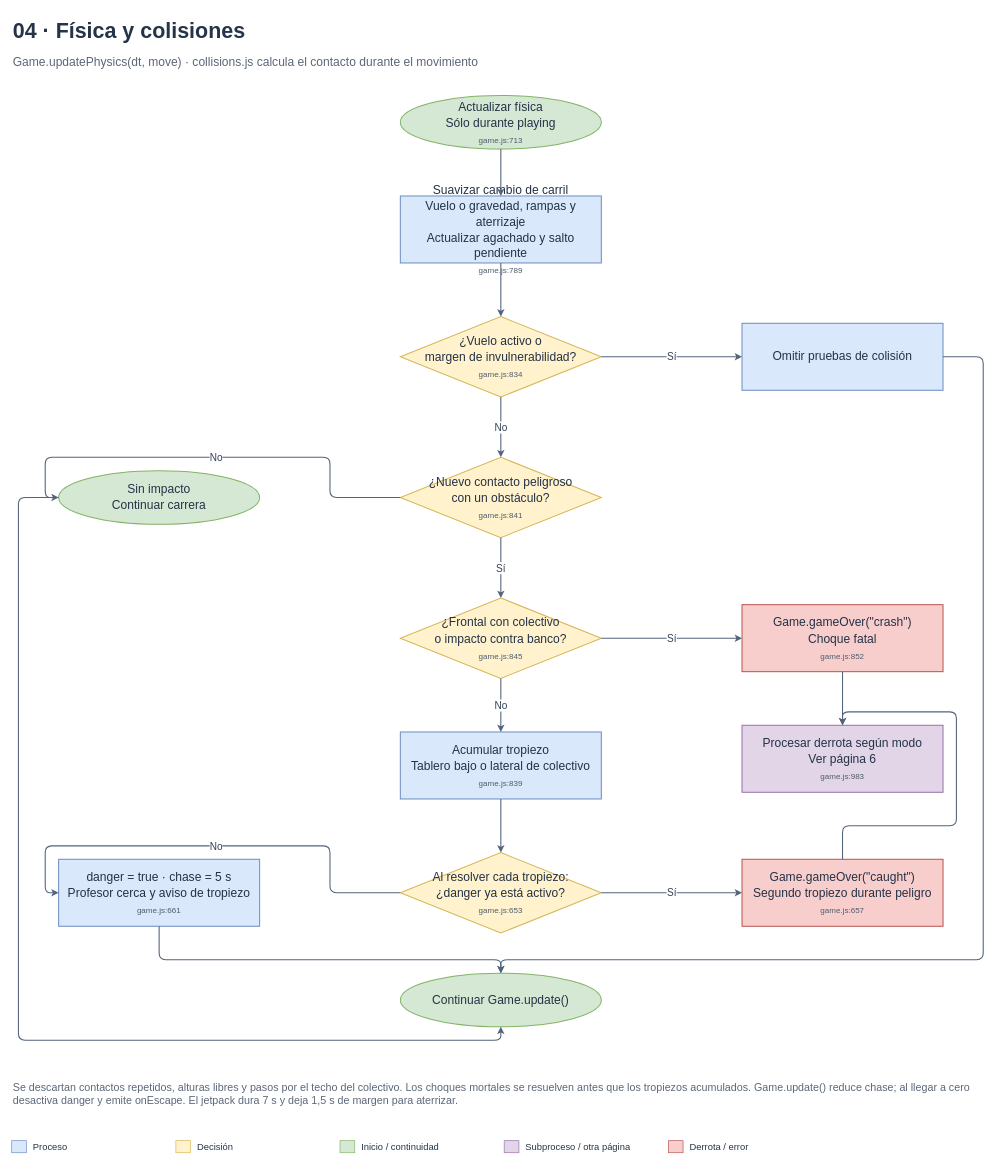
Before: page "04 · Física y colisiones" (4 of 6) of docs/diagrama-flujo.drawio in SESELOVSKYDarian/SubwaySurferReal, a draw.io diagram. Source tidied: cells renumbered, new cells numbered last; positions are measured from the earlier drawing's top-left corner, leaving out a move shared by most shapes. Both pictures are drawn from the tidied source at 67%, with x=0, y=0 at pixel (11, 11).
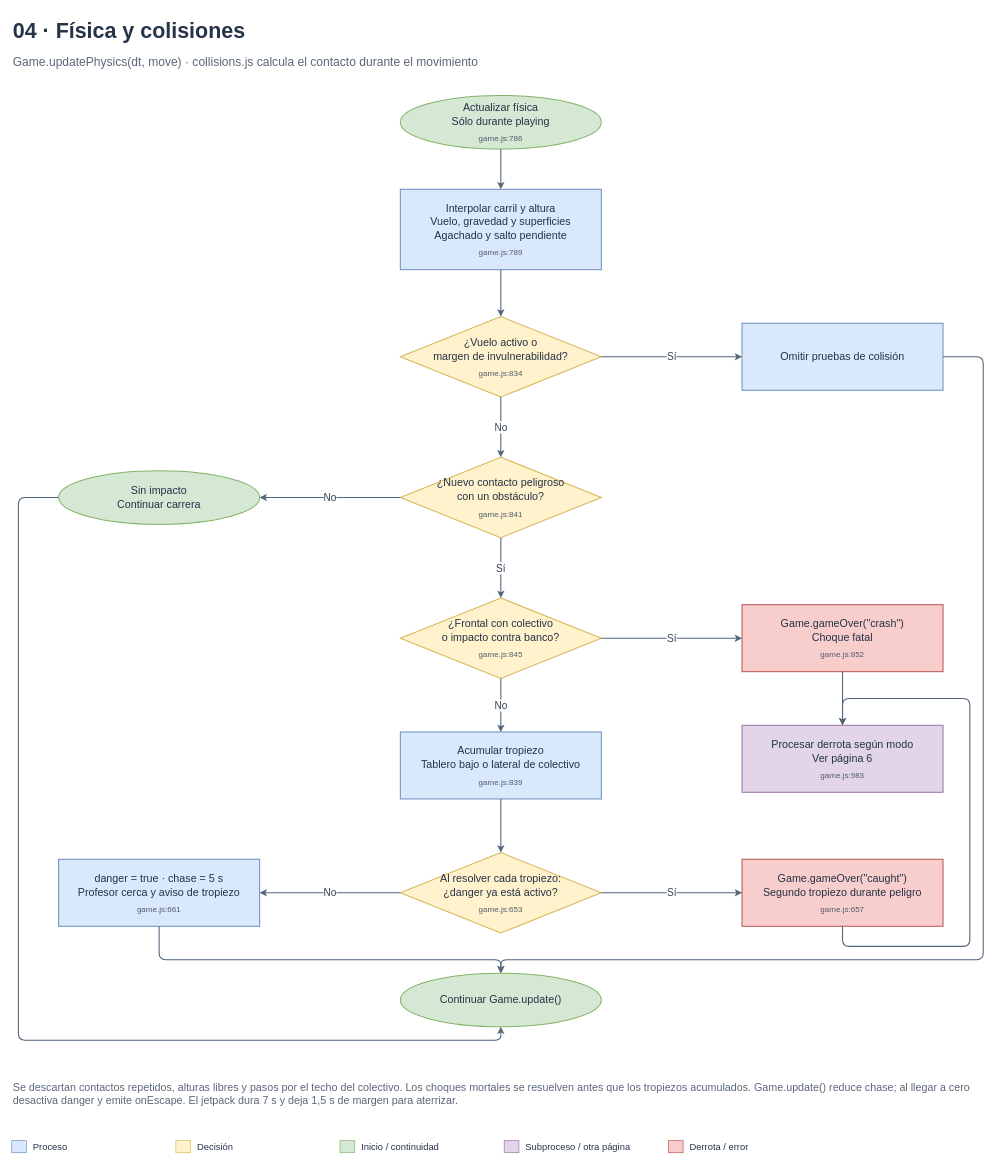
Above is the later version.

Change to the diagram source:
```diff
@@
-    <mxCell id="4" value="&lt;div style=&quot;font-size:18px;line-height:1.3&quot;&gt;Actualizar física&lt;br&gt;Sólo durante playing&lt;/div&gt;&lt;div style=&quot;font-size:12px;color:#4f5b6b;margin-top:7px&quot;&gt;game.js:713&lt;/div&gt;" style="ellipse;whiteSpace=wrap;html=1;fillColor=#d5e8d4;strokeColor=#82b366;strokeWidth=1.5;fontFamily=Helvetica;fontSize=18;fontColor=#243247;spacing=10;" parent="1" vertex="1">
+    <mxCell id="4" value="&lt;div style=&quot;font-size:16px;line-height:1.3&quot;&gt;Actualizar física&lt;br&gt;Sólo durante playing&lt;/div&gt;&lt;div style=&quot;font-size:12px;color:#4f5b6b;margin-top:7px&quot;&gt;game.js:786&lt;/div&gt;" style="ellipse;whiteSpace=wrap;html=1;fillColor=#d5e8d4;strokeColor=#82b366;strokeWidth=1.5;fontFamily=Helvetica;fontSize=18;fontColor=#243247;spacing=10;" parent="1" vertex="1">
       <mxGeometry x="580" y="125" width="300" height="80" as="geometry" />
     </mxCell>
-    <mxCell id="5" value="&lt;div style=&quot;font-size:18px;line-height:1.3&quot;&gt;Suavizar cambio de carril&lt;br&gt;Vuelo o gravedad, rampas y aterrizaje&lt;br&gt;Actualizar agachado y salto pendiente&lt;/div&gt;&lt;div style=&quot;font-size:12px;color:#4f5b6b;margin-top:7px&quot;&gt;game.js:789&lt;/div&gt;" style="rounded=0;whiteSpace=wrap;html=1;fillColor=#dae8fc;strokeColor=#6c8ebf;strokeWidth=1.5;fontFamily=Helvetica;fontSize=18;fontColor=#243247;spacing=10;" parent="1" vertex="1">
-      <mxGeometry x="580" y="275" width="300" height="100" as="geometry" />
+    <mxCell id="5" value="&lt;div style=&quot;font-size:16px;line-height:1.3&quot;&gt;Interpolar carril y altura&lt;br&gt;Vuelo, gravedad y superficies&lt;br&gt;Agachado y salto pendiente&lt;/div&gt;&lt;div style=&quot;font-size:12px;color:#4f5b6b;margin-top:7px&quot;&gt;game.js:789&lt;/div&gt;" style="rounded=0;whiteSpace=wrap;html=1;fillColor=#dae8fc;strokeColor=#6c8ebf;strokeWidth=1.5;fontFamily=Helvetica;fontSize=18;fontColor=#243247;spacing=10;" parent="1" vertex="1">
+      <mxGeometry x="580" y="265" width="300" height="120" as="geometry" />
     </mxCell>
-    <mxCell id="6" value="&lt;div style=&quot;font-size:18px;line-height:1.3&quot;&gt;¿Vuelo activo o&lt;br&gt;margen de invulnerabilidad?&lt;/div&gt;&lt;div style=&quot;font-size:12px;color:#4f5b6b;margin-top:7px&quot;&gt;game.js:834&lt;/div&gt;" style="rhombus;whiteSpace=wrap;html=1;fillColor=#fff2cc;strokeColor=#d6b656;strokeWidth=1.5;fontFamily=Helvetica;fontSize=18;fontColor=#243247;spacing=10;" parent="1" vertex="1">
+    <mxCell id="6" value="&lt;div style=&quot;font-size:16px;line-height:1.3&quot;&gt;¿Vuelo activo o&lt;br&gt;margen de invulnerabilidad?&lt;/div&gt;&lt;div style=&quot;font-size:12px;color:#4f5b6b;margin-top:7px&quot;&gt;game.js:834&lt;/div&gt;" style="rhombus;whiteSpace=wrap;html=1;fillColor=#fff2cc;strokeColor=#d6b656;strokeWidth=1.5;fontFamily=Helvetica;fontSize=18;fontColor=#243247;spacing=10;" parent="1" vertex="1">
       <mxGeometry x="580" y="455" width="300" height="120" as="geometry" />
     </mxCell>
-    <mxCell id="7" value="&lt;div style=&quot;font-size:18px;line-height:1.3&quot;&gt;Omitir pruebas de colisión&lt;/div&gt;" style="rounded=0;whiteSpace=wrap;html=1;fillColor=#dae8fc;strokeColor=#6c8ebf;strokeWidth=1.5;fontFamily=Helvetica;fontSize=18;fontColor=#243247;spacing=10;" parent="1" vertex="1">
+    <mxCell id="7" value="&lt;div style=&quot;font-size:16px;line-height:1.3&quot;&gt;Omitir pruebas de colisión&lt;/div&gt;" style="rounded=0;whiteSpace=wrap;html=1;fillColor=#dae8fc;strokeColor=#6c8ebf;strokeWidth=1.5;fontFamily=Helvetica;fontSize=18;fontColor=#243247;spacing=10;" parent="1" vertex="1">
       <mxGeometry x="1090" y="465" width="300" height="100" as="geometry" />
     </mxCell>
-    <mxCell id="8" value="&lt;div style=&quot;font-size:18px;line-height:1.3&quot;&gt;¿Nuevo contacto peligroso&lt;br&gt;con un obstáculo?&lt;/div&gt;&lt;div style=&quot;font-size:12px;color:#4f5b6b;margin-top:7px&quot;&gt;game.js:841&lt;/div&gt;" style="rhombus;whiteSpace=wrap;html=1;fillColor=#fff2cc;strokeColor=#d6b656;strokeWidth=1.5;fontFamily=Helvetica;fontSize=18;fontColor=#243247;spacing=10;" parent="1" vertex="1">
+    <mxCell id="8" value="&lt;div style=&quot;font-size:16px;line-height:1.3&quot;&gt;¿Nuevo contacto peligroso&lt;br&gt;con un obstáculo?&lt;/div&gt;&lt;div style=&quot;font-size:12px;color:#4f5b6b;margin-top:7px&quot;&gt;game.js:841&lt;/div&gt;" style="rhombus;whiteSpace=wrap;html=1;fillColor=#fff2cc;strokeColor=#d6b656;strokeWidth=1.5;fontFamily=Helvetica;fontSize=18;fontColor=#243247;spacing=10;" parent="1" vertex="1">
       <mxGeometry x="580" y="665" width="300" height="120" as="geometry" />
     </mxCell>
-    <mxCell id="9" value="&lt;div style=&quot;font-size:18px;line-height:1.3&quot;&gt;Sin impacto&lt;br&gt;Continuar carrera&lt;/div&gt;" style="ellipse;whiteSpace=wrap;html=1;fillColor=#d5e8d4;strokeColor=#82b366;strokeWidth=1.5;fontFamily=Helvetica;fontSize=18;fontColor=#243247;spacing=10;" parent="1" vertex="1">
+    <mxCell id="9" value="&lt;div style=&quot;font-size:16px;line-height:1.3&quot;&gt;Sin impacto&lt;br&gt;Continuar carrera&lt;/div&gt;" style="ellipse;whiteSpace=wrap;html=1;fillColor=#d5e8d4;strokeColor=#82b366;strokeWidth=1.5;fontFamily=Helvetica;fontSize=18;fontColor=#243247;spacing=10;" parent="1" vertex="1">
       <mxGeometry x="70" y="685" width="300" height="80" as="geometry" />
     </mxCell>
-    <mxCell id="10" value="&lt;div style=&quot;font-size:18px;line-height:1.3&quot;&gt;¿Frontal con colectivo&lt;br&gt;o impacto contra banco?&lt;/div&gt;&lt;div style=&quot;font-size:12px;color:#4f5b6b;margin-top:7px&quot;&gt;game.js:845&lt;/div&gt;" style="rhombus;whiteSpace=wrap;html=1;fillColor=#fff2cc;strokeColor=#d6b656;strokeWidth=1.5;fontFamily=Helvetica;fontSize=18;fontColor=#243247;spacing=10;" parent="1" vertex="1">
+    <mxCell id="10" value="&lt;div style=&quot;font-size:16px;line-height:1.3&quot;&gt;¿Frontal con colectivo&lt;br&gt;o impacto contra banco?&lt;/div&gt;&lt;div style=&quot;font-size:12px;color:#4f5b6b;margin-top:7px&quot;&gt;game.js:845&lt;/div&gt;" style="rhombus;whiteSpace=wrap;html=1;fillColor=#fff2cc;strokeColor=#d6b656;strokeWidth=1.5;fontFamily=Helvetica;fontSize=18;fontColor=#243247;spacing=10;" parent="1" vertex="1">
       <mxGeometry x="580" y="875" width="300" height="120" as="geometry" />
     </mxCell>
-    <mxCell id="11" value="&lt;div style=&quot;font-size:18px;line-height:1.3&quot;&gt;Game.gameOver(&amp;quot;crash&amp;quot;)&lt;br&gt;Choque fatal&lt;/div&gt;&lt;div style=&quot;font-size:12px;color:#4f5b6b;margin-top:7px&quot;&gt;game.js:852&lt;/div&gt;" style="rounded=0;whiteSpace=wrap;html=1;fillColor=#f8cecc;strokeColor=#b85450;strokeWidth=1.5;fontFamily=Helvetica;fontSize=18;fontColor=#243247;spacing=10;" parent="1" vertex="1">
+    <mxCell id="11" value="&lt;div style=&quot;font-size:16px;line-height:1.3&quot;&gt;Game.gameOver(&amp;quot;crash&amp;quot;)&lt;br&gt;Choque fatal&lt;/div&gt;&lt;div style=&quot;font-size:12px;color:#4f5b6b;margin-top:7px&quot;&gt;game.js:852&lt;/div&gt;" style="rounded=0;whiteSpace=wrap;html=1;fillColor=#f8cecc;strokeColor=#b85450;strokeWidth=1.5;fontFamily=Helvetica;fontSize=18;fontColor=#243247;spacing=10;" parent="1" vertex="1">
       <mxGeometry x="1090" y="885" width="300" height="100" as="geometry" />
     </mxCell>
-    <mxCell id="12" value="&lt;div style=&quot;font-size:18px;line-height:1.3&quot;&gt;Acumular tropiezo&lt;br&gt;Tablero bajo o lateral de colectivo&lt;/div&gt;&lt;div style=&quot;font-size:12px;color:#4f5b6b;margin-top:7px&quot;&gt;game.js:839&lt;/div&gt;" style="rounded=0;whiteSpace=wrap;html=1;fillColor=#dae8fc;strokeColor=#6c8ebf;strokeWidth=1.5;fontFamily=Helvetica;fontSize=18;fontColor=#243247;spacing=10;" parent="1" vertex="1">
+    <mxCell id="12" value="&lt;div style=&quot;font-size:16px;line-height:1.3&quot;&gt;Acumular tropiezo&lt;br&gt;Tablero bajo o lateral de colectivo&lt;/div&gt;&lt;div style=&quot;font-size:12px;color:#4f5b6b;margin-top:7px&quot;&gt;game.js:839&lt;/div&gt;" style="rounded=0;whiteSpace=wrap;html=1;fillColor=#dae8fc;strokeColor=#6c8ebf;strokeWidth=1.5;fontFamily=Helvetica;fontSize=18;fontColor=#243247;spacing=10;" parent="1" vertex="1">
       <mxGeometry x="580" y="1075" width="300" height="100" as="geometry" />
     </mxCell>
-    <mxCell id="13" value="&lt;div style=&quot;font-size:18px;line-height:1.3&quot;&gt;Al resolver cada tropiezo:&lt;br&gt;¿danger ya está activo?&lt;/div&gt;&lt;div style=&quot;font-size:12px;color:#4f5b6b;margin-top:7px&quot;&gt;game.js:653&lt;/div&gt;" style="rhombus;whiteSpace=wrap;html=1;fillColor=#fff2cc;strokeColor=#d6b656;strokeWidth=1.5;fontFamily=Helvetica;fontSize=18;fontColor=#243247;spacing=10;" parent="1" vertex="1">
+    <mxCell id="13" value="&lt;div style=&quot;font-size:16px;line-height:1.3&quot;&gt;Al resolver cada tropiezo:&lt;br&gt;¿danger ya está activo?&lt;/div&gt;&lt;div style=&quot;font-size:12px;color:#4f5b6b;margin-top:7px&quot;&gt;game.js:653&lt;/div&gt;" style="rhombus;whiteSpace=wrap;html=1;fillColor=#fff2cc;strokeColor=#d6b656;strokeWidth=1.5;fontFamily=Helvetica;fontSize=18;fontColor=#243247;spacing=10;" parent="1" vertex="1">
       <mxGeometry x="580" y="1255" width="300" height="120" as="geometry" />
     </mxCell>
-    <mxCell id="14" value="&lt;div style=&quot;font-size:18px;line-height:1.3&quot;&gt;danger = true · chase = 5 s&lt;br&gt;Profesor cerca y aviso de tropiezo&lt;/div&gt;&lt;div style=&quot;font-size:12px;color:#4f5b6b;margin-top:7px&quot;&gt;game.js:661&lt;/div&gt;" style="rounded=0;whiteSpace=wrap;html=1;fillColor=#dae8fc;strokeColor=#6c8ebf;strokeWidth=1.5;fontFamily=Helvetica;fontSize=18;fontColor=#243247;spacing=10;" parent="1" vertex="1">
+    <mxCell id="14" value="&lt;div style=&quot;font-size:16px;line-height:1.3&quot;&gt;danger = true · chase = 5 s&lt;br&gt;Profesor cerca y aviso de tropiezo&lt;/div&gt;&lt;div style=&quot;font-size:12px;color:#4f5b6b;margin-top:7px&quot;&gt;game.js:661&lt;/div&gt;" style="rounded=0;whiteSpace=wrap;html=1;fillColor=#dae8fc;strokeColor=#6c8ebf;strokeWidth=1.5;fontFamily=Helvetica;fontSize=18;fontColor=#243247;spacing=10;" parent="1" vertex="1">
       <mxGeometry x="70" y="1265" width="300" height="100" as="geometry" />
     </mxCell>
-    <mxCell id="15" value="&lt;div style=&quot;font-size:18px;line-height:1.3&quot;&gt;Game.gameOver(&amp;quot;caught&amp;quot;)&lt;br&gt;Segundo tropiezo durante peligro&lt;/div&gt;&lt;div style=&quot;font-size:12px;color:#4f5b6b;margin-top:7px&quot;&gt;game.js:657&lt;/div&gt;" style="rounded=0;whiteSpace=wrap;html=1;fillColor=#f8cecc;strokeColor=#b85450;strokeWidth=1.5;fontFamily=Helvetica;fontSize=18;fontColor=#243247;spacing=10;" parent="1" vertex="1">
+    <mxCell id="15" value="&lt;div style=&quot;font-size:16px;line-height:1.3&quot;&gt;Game.gameOver(&amp;quot;caught&amp;quot;)&lt;br&gt;Segundo tropiezo durante peligro&lt;/div&gt;&lt;div style=&quot;font-size:12px;color:#4f5b6b;margin-top:7px&quot;&gt;game.js:657&lt;/div&gt;" style="rounded=0;whiteSpace=wrap;html=1;fillColor=#f8cecc;strokeColor=#b85450;strokeWidth=1.5;fontFamily=Helvetica;fontSize=18;fontColor=#243247;spacing=10;" parent="1" vertex="1">
       <mxGeometry x="1090" y="1265" width="300" height="100" as="geometry" />
     </mxCell>
-    <mxCell id="16" value="&lt;div style=&quot;font-size:18px;line-height:1.3&quot;&gt;Procesar derrota según modo&lt;br&gt;Ver página 6&lt;/div&gt;&lt;div style=&quot;font-size:12px;color:#4f5b6b;margin-top:7px&quot;&gt;game.js:983&lt;/div&gt;" style="rounded=0;whiteSpace=wrap;html=1;fillColor=#e1d5e7;strokeColor=#9673a6;strokeWidth=1.5;fontFamily=Helvetica;fontSize=18;fontColor=#243247;spacing=10;" parent="1" vertex="1">
+    <mxCell id="16" value="&lt;div style=&quot;font-size:16px;line-height:1.3&quot;&gt;Procesar derrota según modo&lt;br&gt;Ver página 6&lt;/div&gt;&lt;div style=&quot;font-size:12px;color:#4f5b6b;margin-top:7px&quot;&gt;game.js:983&lt;/div&gt;" style="rounded=0;whiteSpace=wrap;html=1;fillColor=#e1d5e7;strokeColor=#9673a6;strokeWidth=1.5;fontFamily=Helvetica;fontSize=18;fontColor=#243247;spacing=10;" parent="1" vertex="1">
       <mxGeometry x="1090" y="1065" width="300" height="100" as="geometry" />
     </mxCell>
-    <mxCell id="17" value="&lt;div style=&quot;font-size:18px;line-height:1.3&quot;&gt;Continuar Game.update()&lt;/div&gt;" style="ellipse;whiteSpace=wrap;html=1;fillColor=#d5e8d4;strokeColor=#82b366;strokeWidth=1.5;fontFamily=Helvetica;fontSize=18;fontColor=#243247;spacing=10;" parent="1" vertex="1">
+    <mxCell id="17" value="&lt;div style=&quot;font-size:16px;line-height:1.3&quot;&gt;Continuar Game.update()&lt;/div&gt;" style="ellipse;whiteSpace=wrap;html=1;fillColor=#d5e8d4;strokeColor=#82b366;strokeWidth=1.5;fontFamily=Helvetica;fontSize=18;fontColor=#243247;spacing=10;" parent="1" vertex="1">
       <mxGeometry x="580" y="1435" width="300" height="80" as="geometry" />
     </mxCell>
@@
-    <mxCell id="23" value="No" style="edgeStyle=orthogonalEdgeStyle;rounded=1;jettySize=auto;html=1;endArrow=classic;endFill=1;strokeColor=#52647b;strokeWidth=1.6;fontFamily=Helvetica;fontSize=15;fontColor=#334155;labelBackgroundColor=#ffffff;exitX=0;exitY=0.5;entryX=0;entryY=0.5;" parent="1" edge="1" source="8" target="9">
+    <mxCell id="23" value="No" style="edgeStyle=orthogonalEdgeStyle;rounded=1;jettySize=auto;html=1;endArrow=classic;endFill=1;strokeColor=#52647b;strokeWidth=1.6;fontFamily=Helvetica;fontSize=15;fontColor=#334155;labelBackgroundColor=#ffffff;exitX=0;exitY=0.5;entryX=1;entryY=0.5;" parent="1" edge="1" source="8" target="9">
       <mxGeometry relative="1" as="geometry" />
     </mxCell>
@@
-    <mxCell id="31" value="No" style="edgeStyle=orthogonalEdgeStyle;rounded=1;jettySize=auto;html=1;endArrow=classic;endFill=1;strokeColor=#52647b;strokeWidth=1.6;fontFamily=Helvetica;fontSize=15;fontColor=#334155;labelBackgroundColor=#ffffff;exitX=0;exitY=0.5;entryX=0;entryY=0.5;" parent="1" edge="1" source="13" target="14">
+    <mxCell id="31" value="No" style="edgeStyle=orthogonalEdgeStyle;rounded=1;jettySize=auto;html=1;endArrow=classic;endFill=1;strokeColor=#52647b;strokeWidth=1.6;fontFamily=Helvetica;fontSize=15;fontColor=#334155;labelBackgroundColor=#ffffff;exitX=0;exitY=0.5;entryX=1;entryY=0.5;" parent="1" edge="1" source="13" target="14">
       <mxGeometry relative="1" as="geometry" />
     </mxCell>
@@
-    <mxCell id="33" style="edgeStyle=orthogonalEdgeStyle;rounded=1;jettySize=auto;html=1;endArrow=classic;endFill=1;strokeColor=#52647b;strokeWidth=1.6;fontFamily=Helvetica;fontSize=15;fontColor=#334155;labelBackgroundColor=#ffffff;exitX=0.5;exitY=0;entryX=0.5;entryY=0;" parent="1" edge="1" source="15" target="16">
-      <mxGeometry relative="1" as="geometry" />
+    <mxCell id="33" style="edgeStyle=orthogonalEdgeStyle;rounded=1;jettySize=auto;html=1;endArrow=classic;endFill=1;strokeColor=#52647b;strokeWidth=1.6;fontFamily=Helvetica;fontSize=15;fontColor=#334155;labelBackgroundColor=#ffffff;exitX=0.5;exitY=1;entryX=0.5;entryY=0;" parent="1" edge="1" source="15" target="16">
+      <mxGeometry relative="1" as="geometry">
+        <Array as="points">
+          <mxPoint x="1240" y="1395" />
+          <mxPoint x="1430" y="1395" />
+          <mxPoint x="1430" y="1025" />
+          <mxPoint x="1240" y="1025" />
+        </Array>
+      </mxGeometry>
     </mxCell>
```
